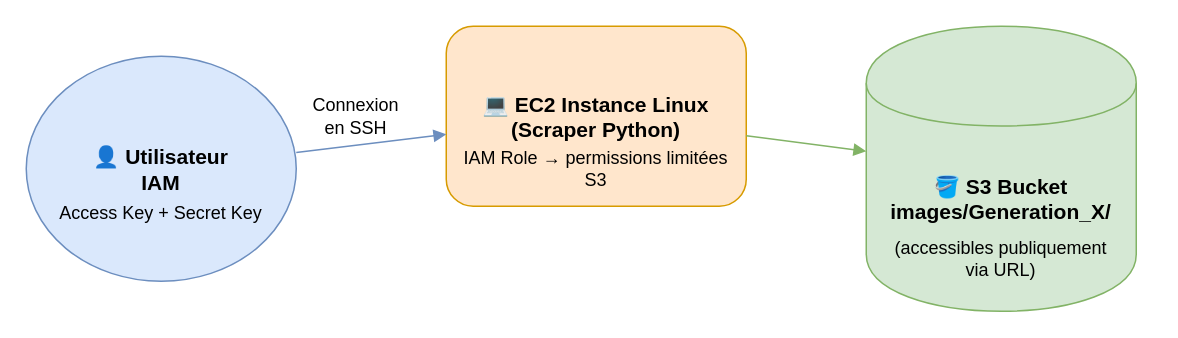
hadi-neji/Cloud-computing-project keeps this draw.io diagram as page "Pokemon Scraper Architecture" (1 of 2) of Architecture.drawio. Above is the earlier version. Source tidied: cells renumbered, new cells numbered last; positions are measured from the earlier drawing's top-left corner, leaving out a move shared by most shapes. Both pictures are drawn from the tidied source at 150%, with x=0, y=0 at pixel (26, 26).
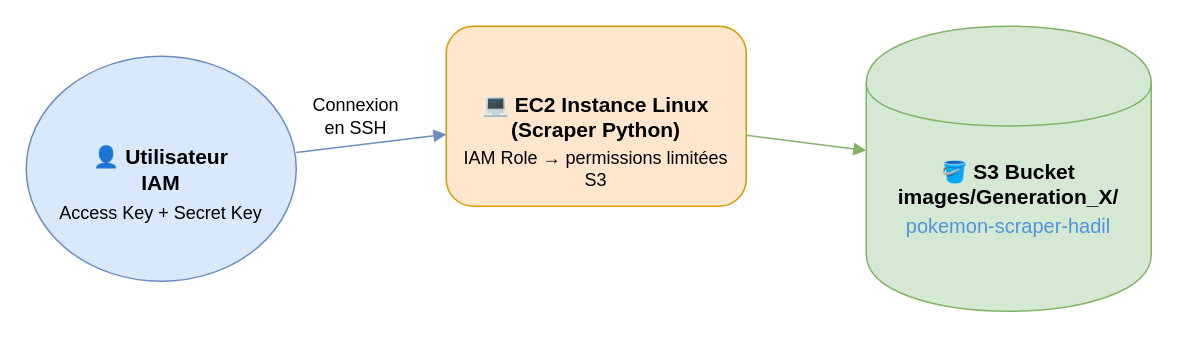
After the change.

The edit, as a diff of the source:
```diff
@@
 <mxGraphModel>
   <root>
     <mxCell id="0" />
     <mxCell id="1" parent="0" />
     <mxCell id="2" value="👤 Utilisateur&#10;IAM" style="shape=ellipse;fillColor=#dae8fc;strokeColor=#6c8ebf;fontSize=14;fontStyle=1;" parent="1" vertex="1">
       <mxGeometry y="20" width="180" height="150" as="geometry" />
     </mxCell>
     <mxCell id="3" value="💻 EC2 Instance Linux&#10;(Scraper Python)" style="shape=rectangle;rounded=1;fillColor=#ffe6cc;strokeColor=#d79b00;fontSize=14;fontStyle=1;" parent="1" vertex="1">
       <mxGeometry x="280" width="200" height="120" as="geometry" />
     </mxCell>
-    <mxCell id="4" value="🪣 S3 Bucket&#10;images/Generation_X/" style="shape=cylinder;whiteSpace=wrap;html=1;boundedLbl=1;fillColor=#d5e8d4;strokeColor=#82b366;fontSize=14;fontStyle=1;" parent="1" vertex="1">
-      <mxGeometry x="560" width="180" height="190" as="geometry" />
+    <mxCell id="4" value="🪣 S3 Bucket&lt;br&gt;images/Generation_X/&lt;div&gt;&lt;span style=&quot;font-weight: 400; text-align: start; font-size: 10pt; line-height: 15.3333px; font-family: Arial, sans-serif; color: rgb(78, 149, 217);&quot;&gt;pokemon-scraper-hadil&lt;/span&gt;&lt;span style=&quot;font-size: medium; font-weight: 400; text-align: start;&quot;&gt;&lt;/span&gt;&lt;/div&gt;" style="shape=cylinder;whiteSpace=wrap;html=1;boundedLbl=1;fillColor=#d5e8d4;strokeColor=#82b366;fontSize=14;fontStyle=1;" parent="1" vertex="1">
+      <mxGeometry x="560" width="190" height="190" as="geometry" />
     </mxCell>
     <mxCell id="5" style="endArrow=block;strokeColor=#6c8ebf;" parent="1" edge="1" source="2" target="3">
       <mxGeometry relative="1" as="geometry" />
     </mxCell>
     <mxCell id="6" style="endArrow=block;strokeColor=#82b366;" parent="1" edge="1" source="3" target="4">
       <mxGeometry relative="1" as="geometry" />
     </mxCell>
     <mxCell id="7" value="Connexion en SSH" style="text;html=1;align=center;verticalAlign=middle;whiteSpace=wrap;rounded=0;" parent="1" vertex="1">
       <mxGeometry x="190" y="45" width="60" height="30" as="geometry" />
     </mxCell>
     <mxCell id="8" value="IAM Role → permissions limitées S3" style="text;html=1;align=center;verticalAlign=middle;whiteSpace=wrap;rounded=0;" parent="1" vertex="1">
       <mxGeometry x="290" y="80" width="180" height="30" as="geometry" />
     </mxCell>
-    <mxCell id="9" value="(accessibles publiquement via URL)" style="text;html=1;align=center;verticalAlign=middle;whiteSpace=wrap;rounded=0;" parent="1" vertex="1">
-      <mxGeometry x="575" y="140" width="150" height="30" as="geometry" />
-    </mxCell>
     <mxCell id="10" value="Access Key + Secret Key" style="text;html=1;align=center;verticalAlign=middle;whiteSpace=wrap;rounded=0;" parent="1" vertex="1">
       <mxGeometry x="10" y="110" width="160" height="30" as="geometry" />
     </mxCell>
   </root>
 </mxGraphModel>
```
